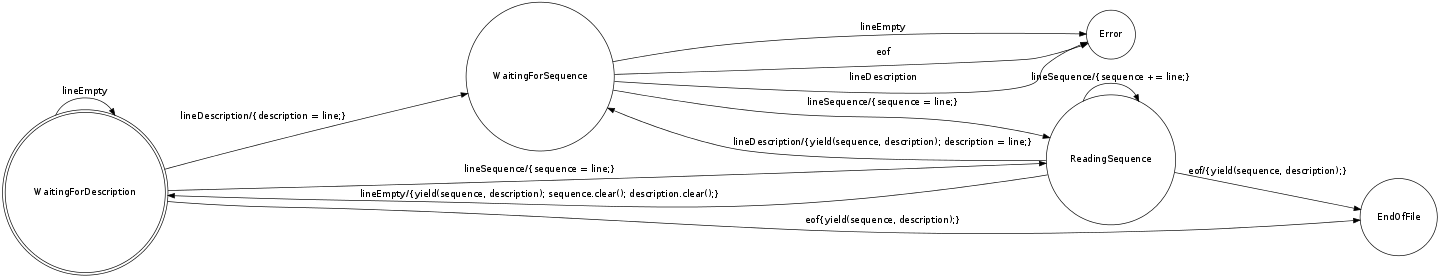
Before: doc/fastaMachine.png, a diagram exported from Graphviz (fmunoz92/biopp-filer). Its source is kept beside it as doc/fastaMachine.dot. Its diagram source:
```dot
digraph finite_state_machine {
	rankdir=LR;
	size="15"
	node [shape = doublecircle]; WaitingForDescription;
	node [shape = circle];

    WaitingForDescription -> WaitingForDescription      [ label = "lineEmpty" ];
	WaitingForDescription -> WaitingForSequence    [ label = "lineDescription/{description = line;}" ];
	WaitingForDescription -> ReadingSequence       [ label = "lineSequence/{sequence = line;}" ];
	WaitingForDescription -> EndOfFile             [ label = "eof{yield(sequence, description);}" ];

	WaitingForSequence    -> ReadingSequence       [ label = "lineSequence/{sequence = line;}" ];
	WaitingForSequence    -> Error                 [ label = "lineDescription" ];
	WaitingForSequence    -> Error                 [ label = "lineEmpty" ];
	WaitingForSequence    -> Error                 [ label = "eof" ];

	ReadingSequence       -> WaitingForDescription [ label = "lineEmpty/{yield(sequence, description); sequence.clear(); description.clear();}" ];
	ReadingSequence       -> ReadingSequence       [ label = "lineSequence/{sequence += line;}" ];
    ReadingSequence       -> WaitingForSequence    [ label = "lineDescription/{yield(sequence, description); description = line;}" ];
    ReadingSequence       -> EndOfFile             [ label = "eof/{yield(sequence, description);}" ];
}
```
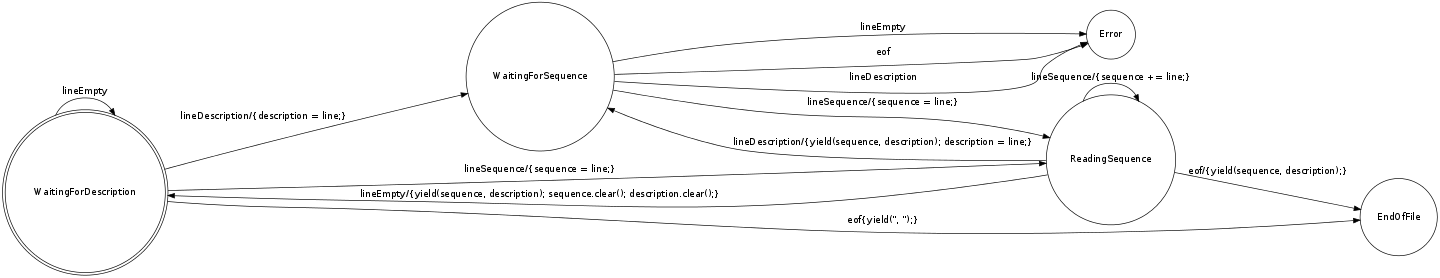
After the change.

What changed in the source:
```diff
@@ -4,10 +4,10 @@
 	node [shape = doublecircle]; WaitingForDescription;
 	node [shape = circle];
 
-    WaitingForDescription -> WaitingForDescription      [ label = "lineEmpty" ];
+    WaitingForDescription -> WaitingForDescription [ label = "lineEmpty" ];
 	WaitingForDescription -> WaitingForSequence    [ label = "lineDescription/{description = line;}" ];
 	WaitingForDescription -> ReadingSequence       [ label = "lineSequence/{sequence = line;}" ];
-	WaitingForDescription -> EndOfFile             [ label = "eof{yield(sequence, description);}" ];
+	WaitingForDescription -> EndOfFile             [ label = "eof{yield('', '');}" ];
 
 	WaitingForSequence    -> ReadingSequence       [ label = "lineSequence/{sequence = line;}" ];
 	WaitingForSequence    -> Error                 [ label = "lineDescription" ];
```
